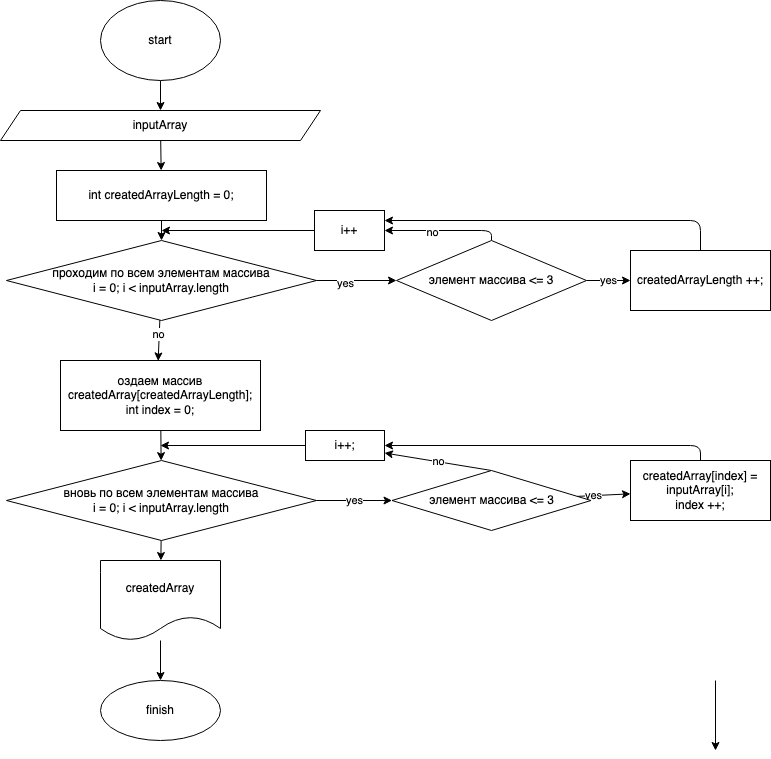
Before: finalTest.drawio.png, a diagram exported from draw.io (AlexanderRostovshchikov/final_test_work_first_quarter). Source tidied: cells renumbered, new cells last; positions are measured from the earlier drawing's top-left corner, leaving out a move shared by most shapes.
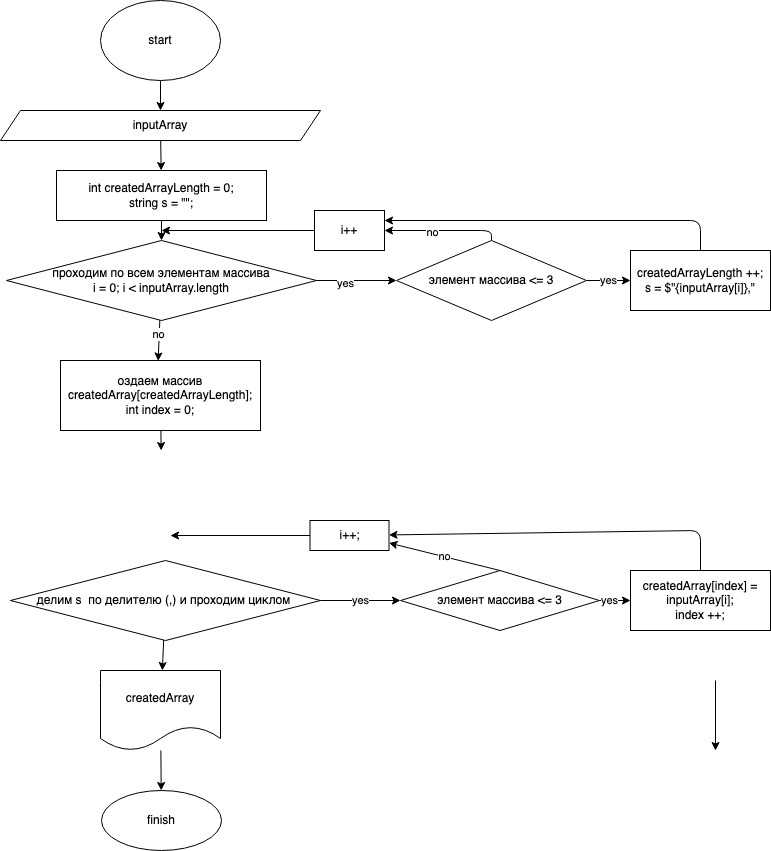
Above is the later version.

Commit message:
изменил и усовершенствовал алгоритм

Change to the diagram source:
```diff
@@ -17,7 +17,7 @@
     <mxCell id="6" style="edgeStyle=none;html=1;" parent="1" edge="1" source="7" target="12">
       <mxGeometry relative="1" as="geometry" />
     </mxCell>
-    <mxCell id="7" value="int createdArrayLength = 0;" style="whiteSpace=wrap;html=1;" parent="1" vertex="1">
+    <mxCell id="7" value="int createdArrayLength = 0;&lt;br&gt;string s = &quot;&quot;;" style="whiteSpace=wrap;html=1;" parent="1" vertex="1">
       <mxGeometry x="56" y="170" width="210" height="50" as="geometry" />
     </mxCell>
     <mxCell id="8" style="edgeStyle=none;html=1;" parent="1" edge="1" source="12" target="16">
@@ -70,12 +70,14 @@
         </Array>
       </mxGeometry>
     </mxCell>
-    <mxCell id="20" value="createdArrayLength ++;&lt;br&gt;" style="rounded=0;whiteSpace=wrap;html=1;" parent="1" vertex="1">
+    <mxCell id="20" value="createdArrayLength ++;&lt;br&gt;s = $&quot;{inputArray[i]},&quot;" style="rounded=0;whiteSpace=wrap;html=1;" parent="1" vertex="1">
       <mxGeometry x="630" y="250" width="140" height="60" as="geometry" />
     </mxCell>
-    <mxCell id="21" style="edgeStyle=none;html=1;" parent="1" edge="1" source="22" target="25">
-      <mxGeometry relative="1" as="geometry" />
-    </mxCell>
+    <mxCell id="38" style="edgeStyle=none;html=1;" parent="1" edge="1" source="22">
+      <mxGeometry relative="1" as="geometry">
+        <mxPoint x="160.6" y="450" as="targetPoint" />
+      </mxGeometry>
+    </mxCell>
     <mxCell id="22" value="оздаем массив createdArray[createdArrayLength];&lt;br&gt;int index = 0;" style="rounded=0;whiteSpace=wrap;html=1;" parent="1" vertex="1">
       <mxGeometry x="60" y="360" width="200" height="70" as="geometry" />
     </mxCell>
@@ -85,8 +87,8 @@
     <mxCell id="24" style="edgeStyle=none;html=1;" parent="1" edge="1" source="25" target="35">
       <mxGeometry relative="1" as="geometry" />
     </mxCell>
-    <mxCell id="25" value="вновь по всем элементам массива&lt;br&gt;i = 0; i &amp;lt; inputArray.length" style="rhombus;whiteSpace=wrap;html=1;" parent="1" vertex="1">
-      <mxGeometry x="6" y="460" width="310" height="80" as="geometry" />
+    <mxCell id="25" value="делим s&amp;nbsp; по делителю (,) и проходим циклом&amp;nbsp;" style="rhombus;whiteSpace=wrap;html=1;" parent="1" vertex="1">
+      <mxGeometry x="10" y="560" width="310" height="80" as="geometry" />
     </mxCell>
     <mxCell id="26" style="edgeStyle=none;html=1;" parent="1" edge="1" source="29" target="31">
       <mxGeometry relative="1" as="geometry" />
@@ -98,34 +100,34 @@
       <mxGeometry relative="1" as="geometry" />
     </mxCell>
     <mxCell id="29" value="&lt;span&gt;элемент массива &amp;lt;= 3&lt;/span&gt;" style="rhombus;whiteSpace=wrap;html=1;" parent="1" vertex="1">
-      <mxGeometry x="391.5" y="470" width="199" height="60" as="geometry" />
+      <mxGeometry x="400" y="570" width="199" height="60" as="geometry" />
     </mxCell>
     <mxCell id="30" style="edgeStyle=none;html=1;" parent="1" edge="1" source="31" target="33">
       <mxGeometry relative="1" as="geometry">
         <Array as="points">
-          <mxPoint x="700" y="445" />
+          <mxPoint x="700" y="530" />
         </Array>
       </mxGeometry>
     </mxCell>
     <mxCell id="31" value="createdArray[index] = inputArray[i];&lt;br&gt;index ++;" style="whiteSpace=wrap;html=1;" parent="1" vertex="1">
-      <mxGeometry x="630" y="460" width="140" height="60" as="geometry" />
+      <mxGeometry x="630" y="570" width="140" height="60" as="geometry" />
     </mxCell>
     <mxCell id="32" style="edgeStyle=none;html=1;" parent="1" edge="1" source="33">
       <mxGeometry relative="1" as="geometry">
-        <mxPoint x="160" y="445" as="targetPoint" />
+        <mxPoint x="170" y="535" as="targetPoint" />
       </mxGeometry>
     </mxCell>
     <mxCell id="33" value="i++;" style="rounded=0;whiteSpace=wrap;html=1;" parent="1" vertex="1">
-      <mxGeometry x="305" y="430" width="79" height="30" as="geometry" />
+      <mxGeometry x="309.5" y="520" width="79" height="30" as="geometry" />
     </mxCell>
     <mxCell id="34" style="edgeStyle=none;html=1;" parent="1" edge="1" source="35" target="36">
       <mxGeometry relative="1" as="geometry" />
     </mxCell>
     <mxCell id="35" value="createdArray" style="shape=document;whiteSpace=wrap;html=1;boundedLbl=1;" parent="1" vertex="1">
-      <mxGeometry x="100" y="560" width="120" height="80" as="geometry" />
+      <mxGeometry x="100" y="670" width="120" height="80" as="geometry" />
     </mxCell>
     <mxCell id="36" value="finish" style="ellipse;whiteSpace=wrap;html=1;" parent="1" vertex="1">
-      <mxGeometry x="100" y="680" width="120" height="60" as="geometry" />
+      <mxGeometry x="101" y="790" width="120" height="60" as="geometry" />
     </mxCell>
     <mxCell id="37" style="edgeStyle=none;html=1;" parent="1" edge="1">
       <mxGeometry relative="1" as="geometry">
```
